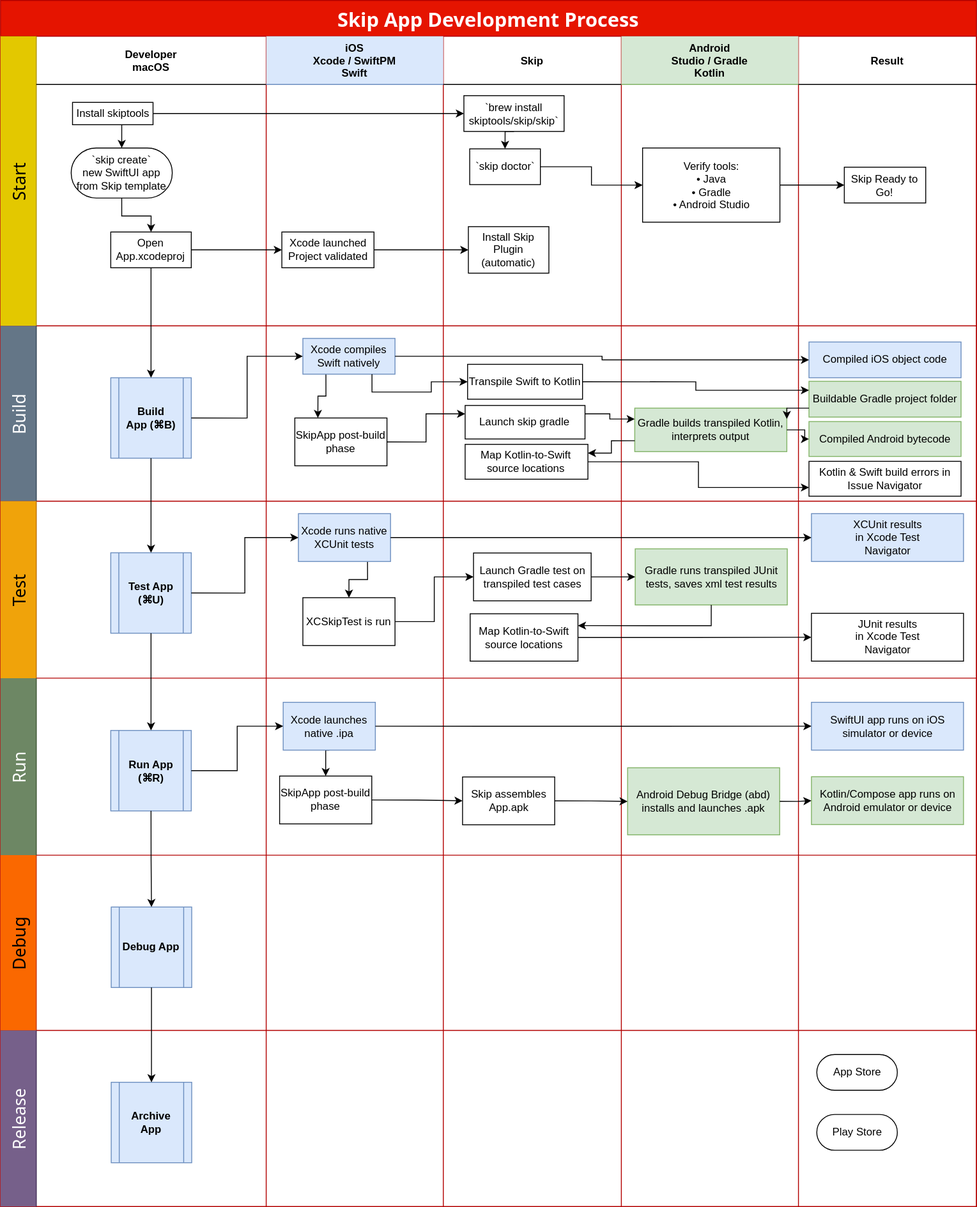
This is skip_dev_process.drawio.svg from skiptools/assets.skip.tools, a draw.io export, as it was before one commit. Source tidied: cells renumbered, new cells last; positions are measured from the earlier drawing's top-left corner, leaving out a move shared by most shapes.
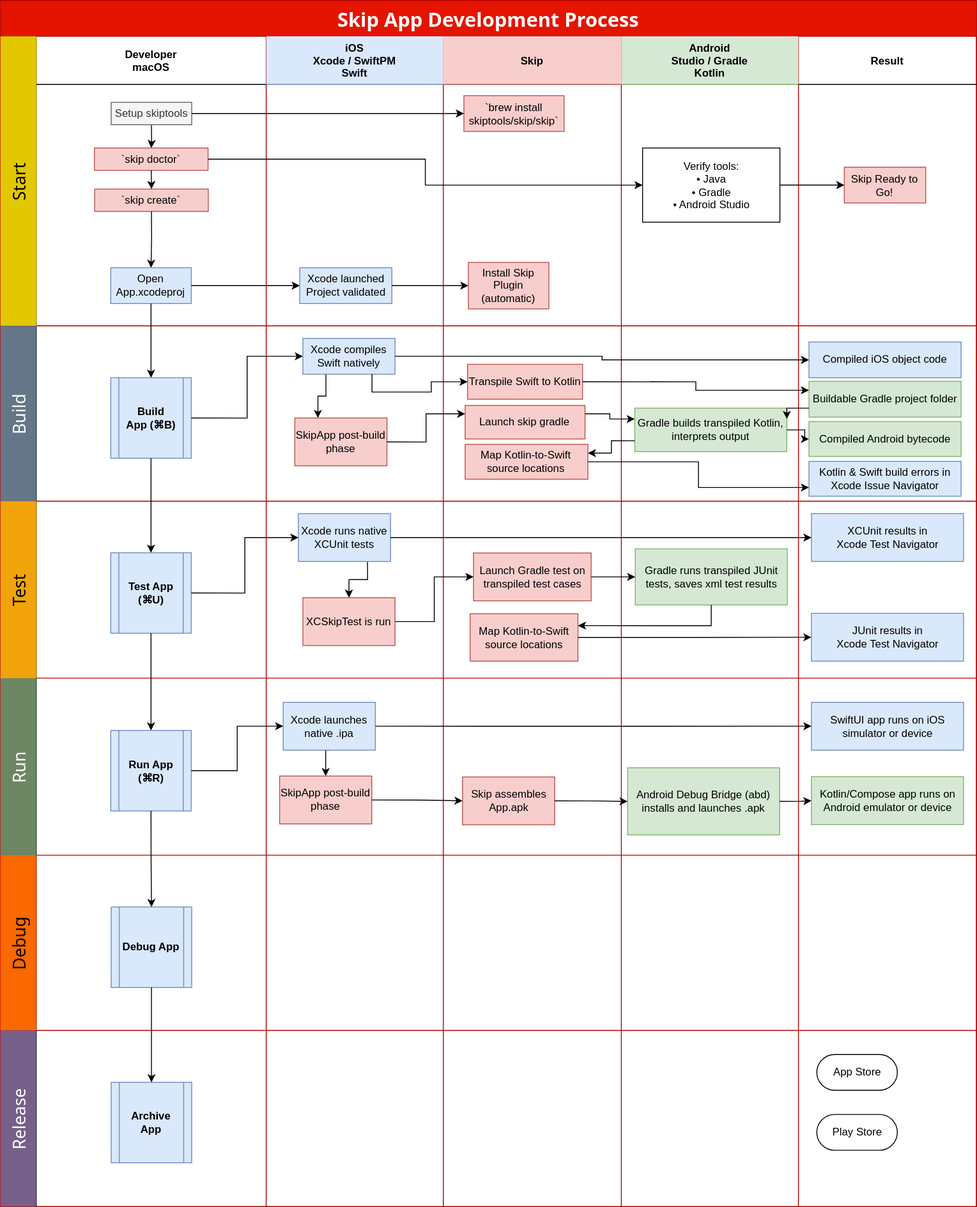
The same file after the commit.

The edit, as a diff of the source:
```diff
@@ -11,45 +11,45 @@
     <mxCell id="4" value="Developer&#10;macOS" style="swimlane;swimlaneHead=0;swimlaneBody=0;fillColor=none;startSize=54;fontStyle=1;" parent="3" vertex="1">
       <mxGeometry x="40" width="257" height="324" as="geometry" />
     </mxCell>
-    <mxCell id="5" value="`skip create`&lt;br&gt;new SwiftUI app from Skip template" style="rounded=1;whiteSpace=wrap;html=1;arcSize=50;" parent="4" vertex="1">
-      <mxGeometry x="39" y="125" width="113" height="56" as="geometry" />
-    </mxCell>
-    <mxCell id="6" style="edgeStyle=orthogonalEdgeStyle;rounded=0;jettySize=auto;html=1;exitX=0.5;exitY=1;exitDx=0;exitDy=0;entryX=0.5;entryY=0;entryDx=0;entryDy=0;" parent="4" edge="1" source="7" target="5">
-      <mxGeometry relative="1" as="geometry" />
-    </mxCell>
+    <mxCell id="122" style="edgeStyle=orthogonalEdgeStyle;rounded=0;jettySize=auto;html=1;exitX=0.5;exitY=1;exitDx=0;exitDy=0;" parent="4" edge="1" source="7" target="17">
+      <mxGeometry relative="1" as="geometry" />
+    </mxCell>
-    <mxCell id="7" value="Install skiptools" style="rounded=0;whiteSpace=wrap;html=1;" parent="4" vertex="1">
-      <mxGeometry x="40.5" y="74" width="90" height="25" as="geometry" />
+    <mxCell id="7" value="Setup skiptools" style="rounded=0;whiteSpace=wrap;html=1;fillColor=#f5f5f5;fontColor=#333333;strokeColor=#666666;" parent="4" vertex="1">
+      <mxGeometry x="83.8" y="74" width="90" height="25" as="geometry" />
     </mxCell>
+    <mxCell id="17" value="`skip doctor`" style="rounded=0;whiteSpace=wrap;html=1;fillColor=#f8cecc;strokeColor=#b85450;" parent="4" vertex="1">
+      <mxGeometry x="65" y="125" width="127" height="25" as="geometry" />
+    </mxCell>
+    <mxCell id="123" value="`skip create`" style="rounded=0;whiteSpace=wrap;html=1;fillColor=#f8cecc;strokeColor=#b85450;" parent="4" vertex="1">
+      <mxGeometry x="65.2" y="171" width="127" height="25" as="geometry" />
+    </mxCell>
+    <mxCell id="124" style="edgeStyle=orthogonalEdgeStyle;rounded=0;jettySize=auto;html=1;exitX=0.5;exitY=1;exitDx=0;exitDy=0;entryX=0.5;entryY=0;entryDx=0;entryDy=0;" parent="4" edge="1" source="17" target="123">
+      <mxGeometry relative="1" as="geometry" />
+    </mxCell>
     <mxCell id="8" value="iOS&#10;Xcode / SwiftPM&#10;Swift" style="swimlane;swimlaneHead=0;swimlaneBody=0;fillColor=#dae8fc;startSize=54;fontStyle=1;strokeColor=#6c8ebf;" parent="3" vertex="1">
       <mxGeometry x="297" width="198" height="324" as="geometry" />
     </mxCell>
     <mxCell id="9" style="swimlane;swimlaneHead=0;swimlaneBody=0;fillColor=none;startSize=0;fontStyle=1;" parent="8" vertex="1">
-      <mxGeometry x="-158" y="156" width="153" height="127" as="geometry" />
+      <mxGeometry x="-158" y="196" width="153" height="127" as="geometry" />
     </mxCell>
-    <mxCell id="10" value="Open&lt;br&gt;App.xcodeproj" style="rounded=0;whiteSpace=wrap;html=1;" parent="9" vertex="1">
+    <mxCell id="10" value="Open&lt;br&gt;App.xcodeproj" style="rounded=0;whiteSpace=wrap;html=1;fillColor=#dae8fc;strokeColor=#6c8ebf;" parent="9" vertex="1">
       <mxGeometry x="-15.8" y="63" width="90" height="40" as="geometry" />
     </mxCell>
-    <mxCell id="11" value="Xcode launched&lt;br&gt;Project validated" style="rounded=0;whiteSpace=wrap;html=1;" parent="8" vertex="1">
-      <mxGeometry x="17.5" y="219" width="103" height="40" as="geometry" />
+    <mxCell id="11" value="Xcode launched&lt;br&gt;Project validated" style="rounded=0;whiteSpace=wrap;html=1;fillColor=#dae8fc;strokeColor=#6c8ebf;" parent="8" vertex="1">
+      <mxGeometry x="37.5" y="259" width="103" height="40" as="geometry" />
     </mxCell>
     <mxCell id="12" style="edgeStyle=orthogonalEdgeStyle;rounded=0;jettySize=auto;html=1;" parent="8" edge="1" source="10" target="11">
       <mxGeometry relative="1" as="geometry" />
     </mxCell>
-    <mxCell id="13" value="Skip" style="swimlane;swimlaneHead=0;swimlaneBody=0;fillColor=none;startSize=54;fontStyle=1;" parent="3" vertex="1">
+    <mxCell id="13" value="Skip" style="swimlane;swimlaneHead=0;swimlaneBody=0;fillColor=#f8cecc;startSize=54;fontStyle=1;strokeColor=#b85450;" parent="3" vertex="1">
       <mxGeometry x="495" width="199" height="324" as="geometry" />
     </mxCell>
-    <mxCell id="14" value="Install Skip&lt;br&gt;Plugin (automatic)" style="rounded=0;whiteSpace=wrap;html=1;" parent="13" vertex="1">
-      <mxGeometry x="28" y="213" width="90" height="52" as="geometry" />
+    <mxCell id="14" value="Install Skip&lt;br&gt;Plugin (automatic)" style="rounded=0;whiteSpace=wrap;html=1;fillColor=#f8cecc;strokeColor=#b85450;" parent="13" vertex="1">
+      <mxGeometry x="28" y="253" width="90" height="52" as="geometry" />
     </mxCell>
-    <mxCell id="15" style="edgeStyle=orthogonalEdgeStyle;rounded=0;jettySize=auto;html=1;exitX=0.5;exitY=1;exitDx=0;exitDy=0;entryX=0.5;entryY=0;entryDx=0;entryDy=0;" parent="13" edge="1" source="16" target="17">
-      <mxGeometry relative="1" as="geometry" />
-    </mxCell>
-    <mxCell id="16" value="`brew install skiptools/skip/skip`" style="rounded=0;whiteSpace=wrap;html=1;" parent="13" vertex="1">
+    <mxCell id="16" value="`brew install skiptools/skip/skip`" style="rounded=0;whiteSpace=wrap;html=1;fillColor=#f8cecc;strokeColor=#b85450;" parent="13" vertex="1">
       <mxGeometry x="23" y="66.5" width="112" height="40" as="geometry" />
     </mxCell>
-    <mxCell id="17" value="`skip doctor`" style="rounded=0;whiteSpace=wrap;html=1;" parent="13" vertex="1">
-      <mxGeometry x="29.5" y="126" width="79" height="40" as="geometry" />
-    </mxCell>
     <mxCell id="18" value="Android&#10;Studio / Gradle&#10;Kotlin" style="swimlane;swimlaneHead=0;swimlaneBody=0;fillColor=#d5e8d4;startSize=54;fontStyle=1;strokeColor=#82b366;" parent="3" vertex="1">
       <mxGeometry x="694" width="198" height="324" as="geometry" />
     </mxCell>
@@ -59,15 +59,12 @@
     <mxCell id="20" value="Result" style="swimlane;swimlaneHead=0;swimlaneBody=0;fillColor=none;startSize=54;fontStyle=1;" parent="3" vertex="1">
       <mxGeometry x="892" width="199" height="324" as="geometry" />
     </mxCell>
-    <mxCell id="21" value="Skip Ready to Go!" style="rounded=0;whiteSpace=wrap;html=1;" parent="20" vertex="1">
+    <mxCell id="21" value="Skip Ready to Go!" style="rounded=0;whiteSpace=wrap;html=1;fillColor=#f8cecc;strokeColor=#b85450;" parent="20" vertex="1">
       <mxGeometry x="51.2" y="146.5" width="91" height="40" as="geometry" />
     </mxCell>
     <mxCell id="22" style="edgeStyle=orthogonalEdgeStyle;rounded=0;jettySize=auto;html=1;" parent="3" edge="1" source="11" target="14">
       <mxGeometry relative="1" as="geometry" />
     </mxCell>
-    <mxCell id="23" style="edgeStyle=orthogonalEdgeStyle;rounded=0;jettySize=auto;html=1;exitX=0.5;exitY=1;exitDx=0;exitDy=0;entryX=0.5;entryY=0;entryDx=0;entryDy=0;" parent="3" edge="1" source="5" target="10">
-      <mxGeometry relative="1" as="geometry" />
-    </mxCell>
     <mxCell id="24" style="edgeStyle=orthogonalEdgeStyle;rounded=0;jettySize=auto;html=1;exitX=1;exitY=0.5;exitDx=0;exitDy=0;entryX=0;entryY=0.5;entryDx=0;entryDy=0;" parent="3" edge="1" source="7" target="16">
       <mxGeometry relative="1" as="geometry" />
     </mxCell>
@@ -77,6 +74,9 @@
     <mxCell id="26" style="edgeStyle=orthogonalEdgeStyle;rounded=0;jettySize=auto;html=1;exitX=1;exitY=0.5;exitDx=0;exitDy=0;" parent="3" edge="1" source="17" target="19">
       <mxGeometry relative="1" as="geometry" />
     </mxCell>
+    <mxCell id="125" style="edgeStyle=orthogonalEdgeStyle;rounded=0;jettySize=auto;html=1;exitX=0.5;exitY=1;exitDx=0;exitDy=0;entryX=0.5;entryY=0;entryDx=0;entryDy=0;" parent="3" edge="1" source="123" target="10">
+      <mxGeometry relative="1" as="geometry" />
+    </mxCell>
     <mxCell id="27" value="Build" style="shape=tableRow;horizontal=0;swimlaneHead=0;swimlaneBody=0;top=0;left=0;bottom=0;right=0;fillColor=#647687;startSize=40;fontStyle=0;strokeColor=#314354;fontColor=#ffffff;fontSize=19;fontFamily=system-ui,Helvetica,san-serif;" parent="2" vertex="1">
       <mxGeometry y="364" width="1091" height="196" as="geometry" />
     </mxCell>
@@ -95,19 +95,19 @@
     <mxCell id="32" value="Xcode compiles Swift natively" style="rounded=0;whiteSpace=wrap;html=1;fillColor=#dae8fc;strokeColor=#6c8ebf;" parent="30" vertex="1">
       <mxGeometry x="41" y="14" width="103" height="40" as="geometry" />
     </mxCell>
-    <mxCell id="33" value="SkipApp post-build phase" style="rounded=0;whiteSpace=wrap;html=1;" parent="30" vertex="1">
+    <mxCell id="33" value="SkipApp post-build phase" style="rounded=0;whiteSpace=wrap;html=1;fillColor=#f8cecc;strokeColor=#b85450;" parent="30" vertex="1">
       <mxGeometry x="32" y="103" width="103" height="53.5" as="geometry" />
     </mxCell>
     <mxCell id="34" style="swimlane;swimlaneHead=0;swimlaneBody=0;fillColor=none;startSize=0;fontStyle=1;horizontal=1;" parent="27" vertex="1">
       <mxGeometry x="495" width="199" height="196" as="geometry" />
     </mxCell>
-    <mxCell id="35" value="Transpile Swift to Kotlin" style="rounded=0;whiteSpace=wrap;html=1;" parent="34" vertex="1">
+    <mxCell id="35" value="Transpile Swift to Kotlin" style="rounded=0;whiteSpace=wrap;html=1;fillColor=#f8cecc;strokeColor=#b85450;" parent="34" vertex="1">
       <mxGeometry x="27.1" y="43" width="128.5" height="39" as="geometry" />
     </mxCell>
-    <mxCell id="36" value="Launch skip gradle" style="rounded=0;whiteSpace=wrap;html=1;" parent="34" vertex="1">
+    <mxCell id="36" value="Launch skip gradle" style="rounded=0;whiteSpace=wrap;html=1;fillColor=#f8cecc;strokeColor=#b85450;" parent="34" vertex="1">
       <mxGeometry x="24.4" y="89" width="134" height="37.5" as="geometry" />
     </mxCell>
-    <mxCell id="37" value="Map Kotlin-to-Swift source locations" style="rounded=0;whiteSpace=wrap;html=1;" parent="34" vertex="1">
+    <mxCell id="37" value="Map Kotlin-to-Swift source locations" style="rounded=0;whiteSpace=wrap;html=1;fillColor=#f8cecc;strokeColor=#b85450;" parent="34" vertex="1">
       <mxGeometry x="24.4" y="132.5" width="137.2" height="39" as="geometry" />
     </mxCell>
     <mxCell id="38" style="swimlane;swimlaneHead=0;swimlaneBody=0;fillColor=none;startSize=0;fontStyle=1;" parent="27" vertex="1">
@@ -125,7 +125,7 @@
     <mxCell id="42" value="Buildable Gradle project folder" style="rounded=0;whiteSpace=wrap;html=1;fillColor=#d5e8d4;strokeColor=#82b366;" parent="40" vertex="1">
       <mxGeometry x="11.8" y="62" width="170" height="40" as="geometry" />
     </mxCell>
-    <mxCell id="43" value="Kotlin &amp;amp; Swift build errors in Issue Navigator" style="rounded=0;whiteSpace=wrap;html=1;" parent="40" vertex="1">
+    <mxCell id="43" value="Kotlin &amp;amp; Swift build errors in&lt;br&gt;Xcode Issue Navigator" style="rounded=0;whiteSpace=wrap;html=1;fillColor=#dae8fc;strokeColor=#6c8ebf;" parent="40" vertex="1">
       <mxGeometry x="11.8" y="151.5" width="170" height="39" as="geometry" />
     </mxCell>
     <mxCell id="44" value="Compiled Android bytecode" style="rounded=0;whiteSpace=wrap;html=1;fillColor=#d5e8d4;strokeColor=#82b366;" parent="40" vertex="1">
@@ -179,16 +179,16 @@
     <mxCell id="60" value="Xcode runs native XCUnit tests" style="rounded=0;whiteSpace=wrap;html=1;fillColor=#dae8fc;strokeColor=#6c8ebf;" parent="58" vertex="1">
       <mxGeometry x="36" y="14" width="103" height="53.5" as="geometry" />
     </mxCell>
-    <mxCell id="61" value="XCSkipTest is run" style="rounded=0;whiteSpace=wrap;html=1;" parent="58" vertex="1">
+    <mxCell id="61" value="XCSkipTest is run" style="rounded=0;whiteSpace=wrap;html=1;fillColor=#f8cecc;strokeColor=#b85450;" parent="58" vertex="1">
       <mxGeometry x="41" y="108" width="103" height="53.5" as="geometry" />
     </mxCell>
     <mxCell id="62" style="swimlane;swimlaneHead=0;swimlaneBody=0;fillColor=none;startSize=0;fontStyle=1;horizontal=1;" parent="55" vertex="1">
       <mxGeometry x="495" width="199" height="198" as="geometry" />
     </mxCell>
-    <mxCell id="63" value="Launch Gradle test on transpiled test cases" style="rounded=0;whiteSpace=wrap;html=1;" parent="62" vertex="1">
+    <mxCell id="63" value="Launch Gradle test on transpiled test cases" style="rounded=0;whiteSpace=wrap;html=1;fillColor=#f8cecc;strokeColor=#b85450;" parent="62" vertex="1">
       <mxGeometry x="33.8" y="58" width="131.5" height="53.5" as="geometry" />
     </mxCell>
-    <mxCell id="64" value="Map Kotlin-to-Swift source locations" style="rounded=0;whiteSpace=wrap;html=1;" parent="62" vertex="1">
+    <mxCell id="64" value="Map Kotlin-to-Swift source locations" style="rounded=0;whiteSpace=wrap;html=1;fillColor=#f8cecc;strokeColor=#b85450;" parent="62" vertex="1">
       <mxGeometry x="30" y="126" width="120.5" height="53" as="geometry" />
     </mxCell>
     <mxCell id="65" style="swimlane;swimlaneHead=0;swimlaneBody=0;fillColor=none;startSize=0;fontStyle=1;horizontal=1;" parent="55" vertex="1">
@@ -200,10 +200,10 @@
     <mxCell id="67" style="swimlane;swimlaneHead=0;swimlaneBody=0;fillColor=none;startSize=0;fontStyle=1;horizontal=1;" parent="55" vertex="1">
       <mxGeometry x="892" width="199" height="198" as="geometry" />
     </mxCell>
-    <mxCell id="68" value="XCUnit results&lt;br&gt;in Xcode Test&lt;br&gt;Navigator" style="rounded=0;whiteSpace=wrap;html=1;fillColor=#dae8fc;strokeColor=#6c8ebf;" parent="67" vertex="1">
+    <mxCell id="68" value="XCUnit results in &lt;br&gt;Xcode Test Navigator" style="rounded=0;whiteSpace=wrap;html=1;fillColor=#dae8fc;strokeColor=#6c8ebf;" parent="67" vertex="1">
       <mxGeometry x="14.5" y="14" width="170" height="53.5" as="geometry" />
     </mxCell>
-    <mxCell id="69" value="JUnit results&lt;br&gt;in Xcode Test&lt;br&gt;Navigator" style="rounded=0;whiteSpace=wrap;html=1;" parent="67" vertex="1">
+    <mxCell id="69" value="JUnit results in &lt;br&gt;Xcode Test Navigator" style="rounded=0;whiteSpace=wrap;html=1;fillColor=#dae8fc;strokeColor=#6c8ebf;" parent="67" vertex="1">
       <mxGeometry x="14.5" y="125.5" width="170" height="53.5" as="geometry" />
     </mxCell>
     <mxCell id="70" style="swimlane;swimlaneHead=0;swimlaneBody=0;fillColor=none;startSize=0;fontStyle=1;" parent="55" vertex="1">
@@ -251,13 +251,13 @@
     <mxCell id="84" value="Xcode launches native .ipa" style="rounded=0;whiteSpace=wrap;html=1;fillColor=#dae8fc;strokeColor=#6c8ebf;" parent="82" vertex="1">
       <mxGeometry x="11.5" y="-7" width="103" height="53.5" as="geometry" />
     </mxCell>
-    <mxCell id="85" value="SkipApp post-build phase" style="rounded=0;whiteSpace=wrap;html=1;" parent="82" vertex="1">
+    <mxCell id="85" value="SkipApp post-build phase" style="rounded=0;whiteSpace=wrap;html=1;fillColor=#f8cecc;strokeColor=#b85450;" parent="82" vertex="1">
       <mxGeometry x="7.5" y="75.5" width="103" height="53.5" as="geometry" />
     </mxCell>
     <mxCell id="86" style="swimlane;swimlaneHead=0;swimlaneBody=0;fillColor=none;startSize=0;fontStyle=1;" parent="77" vertex="1">
       <mxGeometry x="495" width="199" height="198" as="geometry" />
     </mxCell>
-    <mxCell id="87" value="Skip assembles App.apk" style="rounded=0;whiteSpace=wrap;html=1;" parent="86" vertex="1">
+    <mxCell id="87" value="Skip assembles App.apk" style="rounded=0;whiteSpace=wrap;html=1;fillColor=#f8cecc;strokeColor=#b85450;" parent="86" vertex="1">
       <mxGeometry x="21.5" y="110.5" width="103" height="53.5" as="geometry" />
     </mxCell>
     <mxCell id="88" style="swimlane;swimlaneHead=0;swimlaneBody=0;fillColor=none;startSize=0;fontStyle=1;" parent="77" vertex="1">
```
